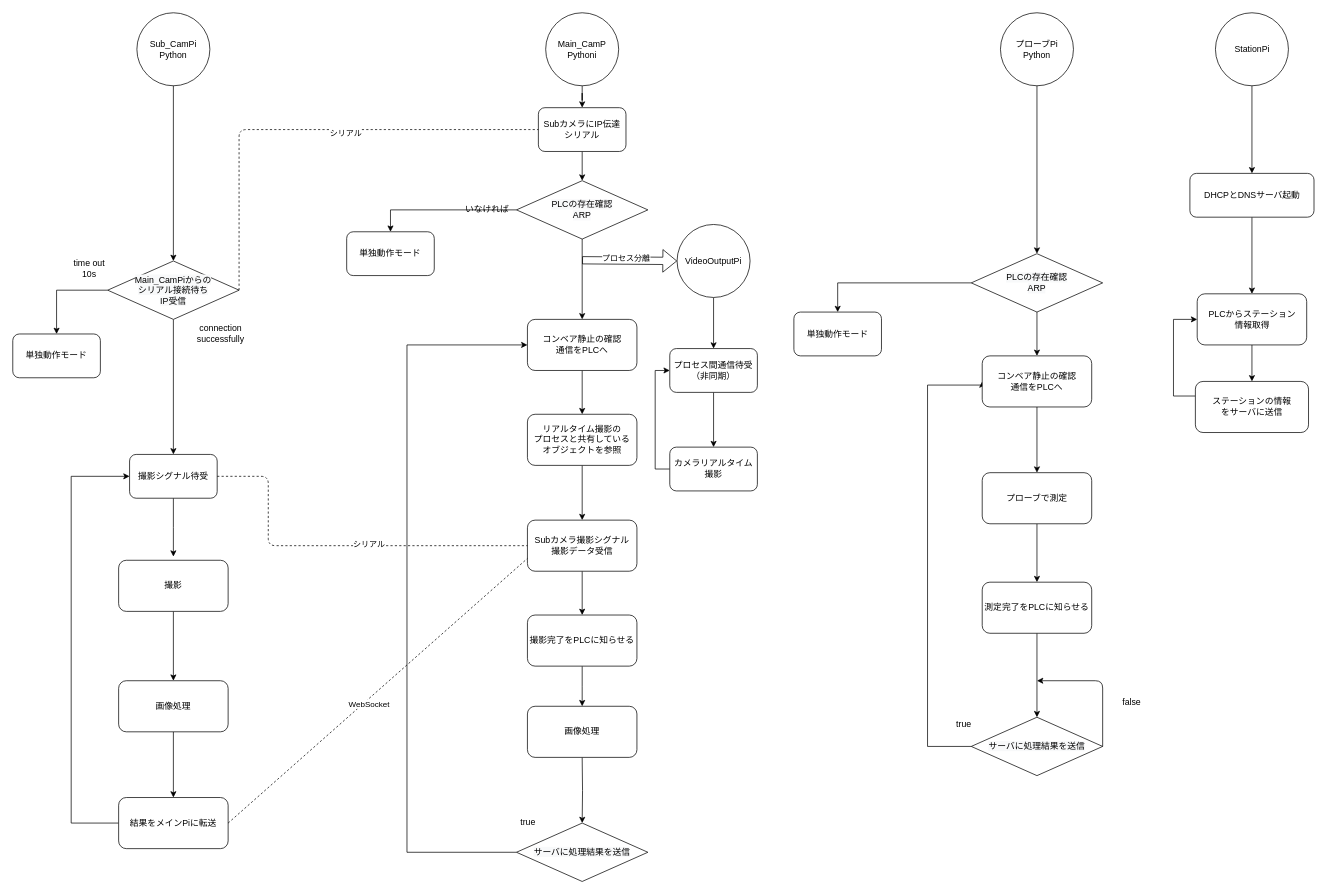
Earlier version of the draw.io diagram 設計/フローチャート.drawio (chekke1999/kaihatukadai). Source tidied: cells renumbered, new cells numbered last; positions are measured from the earlier drawing's top-left corner, leaving out a move shared by most shapes. Both pictures are drawn from the tidied source at 73%, with x=0, y=0 at pixel (12, 12).
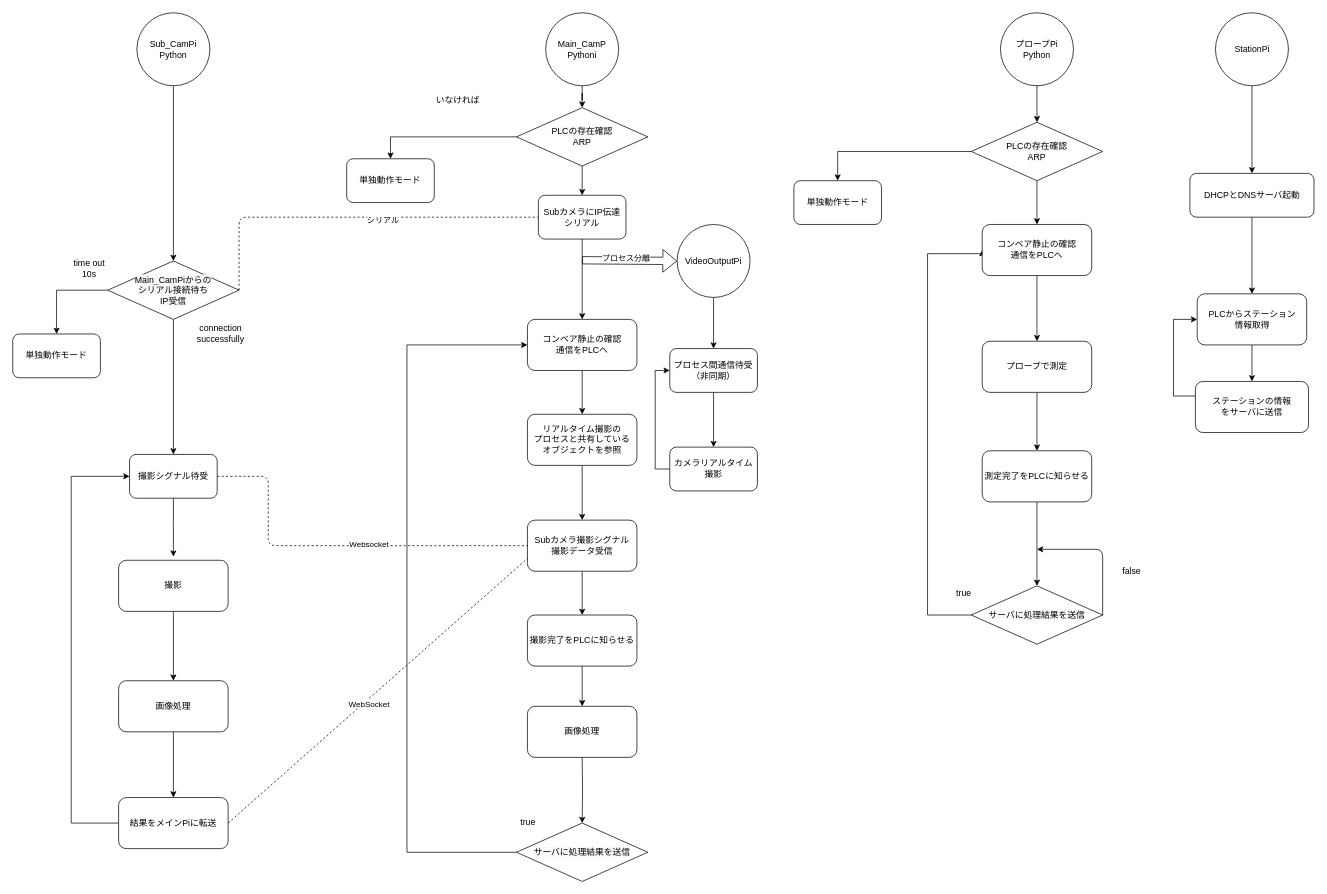
After the change.

Commit message:
フローチャート.drawio を更新します

The change refers to these unchanged cells:
```xml
<mxCell id="3" value="Main_CamP&lt;br&gt;Pythoni" style="ellipse;whiteSpace=wrap;html=1;" parent="1" vertex="1">
  <mxGeometry x="730" width="100" height="100" as="geometry" />
</mxCell>
<mxCell id="9" value="&lt;span style=&quot;font-family: &amp;#34;helvetica&amp;#34;&quot;&gt;コンベア静止の確認&lt;/span&gt;&lt;br style=&quot;font-family: &amp;#34;helvetica&amp;#34;&quot;&gt;&lt;span style=&quot;font-family: &amp;#34;helvetica&amp;#34;&quot;&gt;通信をPLCへ&lt;/span&gt;" style="rounded=1;whiteSpace=wrap;html=1;" parent="1" vertex="1">
  <mxGeometry x="705" y="420" width="150" height="70" as="geometry" />
</mxCell>
<mxCell id="46" value="&lt;span style=&quot;color: rgb(0 , 0 , 0) ; font-family: &amp;#34;helvetica&amp;#34; ; font-size: 12px ; font-style: normal ; font-weight: 400 ; letter-spacing: normal ; text-align: center ; text-indent: 0px ; text-transform: none ; word-spacing: 0px ; background-color: rgb(248 , 249 , 250) ; display: inline ; float: none&quot;&gt;&lt;span style=&quot;font-family: &amp;#34;helvetica&amp;#34;&quot;&gt;Main_CamPi&lt;/span&gt;からの&lt;br&gt;シリアル接続待ち&lt;br&gt;IP受信&lt;br&gt;&lt;/span&gt;" style="rhombus;whiteSpace=wrap;html=1;" parent="1" vertex="1">
  <mxGeometry x="130" y="340" width="180" height="80" as="geometry" />
</mxCell>
<mxCell id="62" style="endArrow=none;dashed=1;html=1;exitX=1;exitY=0.5;exitDx=0;exitDy=0;entryX=0;entryY=0.5;entryDx=0;entryDy=0;" parent="1" edge="1" source="53" target="58">
  <mxGeometry relative="1" as="geometry">
    <Array as="points">
      <mxPoint x="350" y="635" />
      <mxPoint x="350" y="730" />
    </Array>
  </mxGeometry>
</mxCell>
```

Diff of the diagram source:
```diff
@@
-    <mxCell id="2" style="edgeStyle=orthogonalEdgeStyle;rounded=0;jettySize=auto;html=1;" parent="1" edge="1" source="3" target="76">
-      <mxGeometry relative="1" as="geometry" />
-    </mxCell>
+    <mxCell id="79" style="edgeStyle=orthogonalEdgeStyle;rounded=0;jettySize=auto;html=1;entryX=0.5;entryY=0;entryDx=0;entryDy=0;" parent="1" edge="1" source="3" target="41">
+      <mxGeometry relative="1" as="geometry" />
+    </mxCell>
@@
     <mxCell id="16" value="プローブで測定" style="rounded=1;whiteSpace=wrap;html=1;" parent="1" vertex="1">
-      <mxGeometry x="1328" y="630" width="150" height="70" as="geometry" />
+      <mxGeometry x="1328" y="450" width="150" height="70" as="geometry" />
     </mxCell>
     <mxCell id="17" style="edgeStyle=orthogonalEdgeStyle;rounded=0;jettySize=auto;html=1;entryX=0;entryY=0.5;entryDx=0;entryDy=0;" parent="1" edge="1" source="18" target="22">
       <mxGeometry relative="1" as="geometry">
         <Array as="points">
-          <mxPoint x="1253.1" y="1005" />
-          <mxPoint x="1253.1" y="510" />
-          <mxPoint x="1328.1" y="510" />
+          <mxPoint x="1253.1" y="825" />
+          <mxPoint x="1253.1" y="330" />
+          <mxPoint x="1328.1" y="330" />
         </Array>
       </mxGeometry>
     </mxCell>
     <mxCell id="18" value="&lt;span style=&quot;color: rgb(0 , 0 , 0) ; font-family: &amp;#34;helvetica&amp;#34; ; font-size: 12px ; font-style: normal ; font-weight: 400 ; letter-spacing: normal ; text-align: center ; text-indent: 0px ; text-transform: none ; word-spacing: 0px ; background-color: rgb(248 , 249 , 250) ; display: inline ; float: none&quot;&gt;サーバに処理結果を送信&lt;br&gt;&lt;/span&gt;" style="rhombus;whiteSpace=wrap;html=1;" parent="1" vertex="1">
-      <mxGeometry x="1313" y="965" width="180" height="80" as="geometry" />
+      <mxGeometry x="1313" y="785" width="180" height="80" as="geometry" />
     </mxCell>
     <mxCell id="19" value="true" style="text;html=1;strokeColor=none;fillColor=none;align=center;verticalAlign=middle;whiteSpace=wrap;rounded=0;" parent="1" vertex="1">
-      <mxGeometry x="1283" y="965" width="40" height="20" as="geometry" />
+      <mxGeometry x="1283" y="785" width="40" height="20" as="geometry" />
     </mxCell>
     <mxCell id="20" style="endArrow=classic;html=1;" parent="1" edge="1">
       <mxGeometry relative="1" as="geometry">
-        <mxPoint x="1493" y="1005" as="sourcePoint" />
-        <mxPoint x="1403" y="915" as="targetPoint" />
+        <mxPoint x="1493" y="825" as="sourcePoint" />
+        <mxPoint x="1403" y="735" as="targetPoint" />
         <Array as="points">
-          <mxPoint x="1493" y="915" />
+          <mxPoint x="1493" y="735" />
         </Array>
       </mxGeometry>
     </mxCell>
     <mxCell id="21" value="false" style="text;html=1;strokeColor=none;fillColor=none;align=center;verticalAlign=middle;whiteSpace=wrap;rounded=0;" parent="1" vertex="1">
-      <mxGeometry x="1513" y="935" width="40" height="20" as="geometry" />
+      <mxGeometry x="1513" y="755" width="40" height="20" as="geometry" />
     </mxCell>
     <mxCell id="22" value="&lt;span style=&quot;font-family: &amp;#34;helvetica&amp;#34;&quot;&gt;コンベア静止の確認&lt;/span&gt;&lt;br style=&quot;font-family: &amp;#34;helvetica&amp;#34;&quot;&gt;&lt;span style=&quot;font-family: &amp;#34;helvetica&amp;#34;&quot;&gt;通信をPLCへ&lt;/span&gt;" style="rounded=1;whiteSpace=wrap;html=1;" parent="1" vertex="1">
-      <mxGeometry x="1328" y="470" width="150" height="70" as="geometry" />
+      <mxGeometry x="1328" y="290" width="150" height="70" as="geometry" />
     </mxCell>
@@
     <mxCell id="24" value="測定完了をPLCに知らせる" style="rounded=1;whiteSpace=wrap;html=1;" parent="1" vertex="1">
-      <mxGeometry x="1328" y="780" width="150" height="70" as="geometry" />
+      <mxGeometry x="1328" y="600" width="150" height="70" as="geometry" />
     </mxCell>
@@
-    <mxCell id="40" style="edgeStyle=orthogonalEdgeStyle;rounded=0;jettySize=auto;html=1;entryX=0.5;entryY=0;entryDx=0;entryDy=0;" parent="1" edge="1" source="41" target="9">
-      <mxGeometry relative="1" as="geometry" />
-    </mxCell>
+    <mxCell id="80" style="edgeStyle=orthogonalEdgeStyle;rounded=0;jettySize=auto;html=1;entryX=0.5;entryY=0;entryDx=0;entryDy=0;" parent="1" edge="1" source="41" target="76">
+      <mxGeometry relative="1" as="geometry" />
+    </mxCell>
     <mxCell id="41" value="&lt;span style=&quot;color: rgb(0 , 0 , 0) ; font-family: &amp;#34;helvetica&amp;#34; ; font-size: 12px ; font-style: normal ; font-weight: 400 ; letter-spacing: normal ; text-align: center ; text-indent: 0px ; text-transform: none ; word-spacing: 0px ; background-color: rgb(248 , 249 , 250) ; display: inline ; float: none&quot;&gt;PLCの存在確認&lt;br&gt;ARP&lt;br&gt;&lt;/span&gt;" style="rhombus;whiteSpace=wrap;html=1;" parent="1" vertex="1">
-      <mxGeometry x="690" y="230" width="180" height="80" as="geometry" />
+      <mxGeometry x="690" y="130" width="180" height="80" as="geometry" />
     </mxCell>
     <mxCell id="42" value="単独動作モード" style="rounded=1;whiteSpace=wrap;html=1;" parent="1" vertex="1">
-      <mxGeometry x="457.4" y="300" width="120" height="60" as="geometry" />
+      <mxGeometry x="457.4" y="200" width="120" height="60" as="geometry" />
     </mxCell>
@@
     <mxCell id="60" value="いなければ" style="text;html=1;strokeColor=none;fillColor=none;align=center;verticalAlign=middle;whiteSpace=wrap;rounded=0;" parent="1" vertex="1">
-      <mxGeometry x="610" y="260" width="80" height="20" as="geometry" />
+      <mxGeometry x="570" y="110" width="80" height="20" as="geometry" />
     </mxCell>
@@
-    <mxCell id="63" value="シリアル" style="edgeLabel;html=1;align=center;verticalAlign=middle;" parent="62" vertex="1">
+    <mxCell id="63" value="Websocket" style="edgeLabel;html=1;align=center;verticalAlign=middle;" parent="62" vertex="1">
       <mxGeometry x="0.16" y="3" relative="1" as="geometry" />
     </mxCell>
@@
     <mxCell id="66" value="単独動作モード" style="rounded=1;whiteSpace=wrap;html=1;" parent="1" vertex="1">
-      <mxGeometry x="1070" y="410" width="120" height="60" as="geometry" />
+      <mxGeometry x="1070" y="230" width="120" height="60" as="geometry" />
     </mxCell>
@@
     <mxCell id="69" value="&lt;span style=&quot;color: rgb(0 , 0 , 0) ; font-family: &amp;#34;helvetica&amp;#34; ; font-size: 12px ; font-style: normal ; font-weight: 400 ; letter-spacing: normal ; text-align: center ; text-indent: 0px ; text-transform: none ; word-spacing: 0px ; background-color: rgb(248 , 249 , 250) ; display: inline ; float: none&quot;&gt;PLCの存在確認&lt;br&gt;ARP&lt;br&gt;&lt;/span&gt;" style="rhombus;whiteSpace=wrap;html=1;" parent="1" vertex="1">
-      <mxGeometry x="1313" y="330" width="180" height="80" as="geometry" />
+      <mxGeometry x="1313" y="150" width="180" height="80" as="geometry" />
     </mxCell>
@@
-    <mxCell id="75" style="edgeStyle=orthogonalEdgeStyle;rounded=0;jettySize=auto;html=1;" parent="1" edge="1" source="76" target="41">
-      <mxGeometry relative="1" as="geometry" />
-    </mxCell>
+    <mxCell id="81" style="edgeStyle=orthogonalEdgeStyle;rounded=0;jettySize=auto;html=1;" parent="1" edge="1" source="76" target="9">
+      <mxGeometry relative="1" as="geometry" />
+    </mxCell>
     <mxCell id="76" value="SubカメラにIP伝達&lt;br&gt;シリアル" style="rounded=1;whiteSpace=wrap;html=1;" parent="1" vertex="1">
-      <mxGeometry x="720" y="130" width="120" height="60" as="geometry" />
+      <mxGeometry x="720" y="250" width="120" height="60" as="geometry" />
     </mxCell>
     <mxCell id="77" style="endArrow=none;dashed=1;html=1;exitX=1;exitY=0.5;exitDx=0;exitDy=0;entryX=0;entryY=0.5;entryDx=0;entryDy=0;" parent="1" edge="1" source="46" target="76">
       <mxGeometry relative="1" as="geometry">
         <Array as="points">
-          <mxPoint x="310" y="160" />
+          <mxPoint x="310" y="280" />
         </Array>
       </mxGeometry>
     </mxCell>
```
